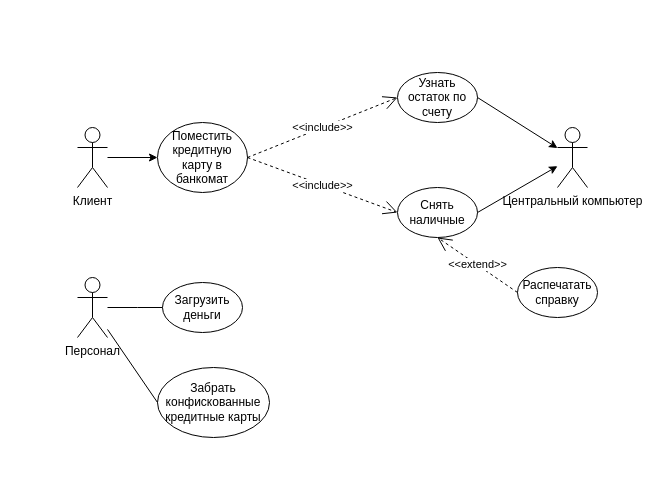
This is проектирование/Банкомат/Работа с банкоматом.drawio from KvoERR/pnrpu-3rd-year, a draw.io file, before an edit. Source tidied: cells renumbered, new cells numbered last; positions are measured from the earlier drawing's top-left corner, leaving out a move shared by most shapes. Both pictures are drawn from the tidied source at 100%, with x=0, y=0 at pixel (77, 72).
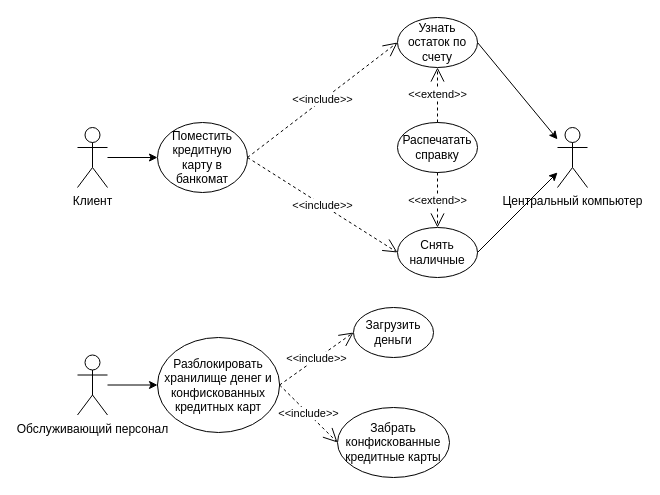
The same diagram, later.

Diff of the diagram source:
```diff
@@
     <mxCell id="3" value="Снять наличные" style="ellipse;whiteSpace=wrap;html=1;" parent="1" vertex="1">
-      <mxGeometry x="320" y="115" width="80" height="50" as="geometry" />
+      <mxGeometry x="320" y="155" width="80" height="50" as="geometry" />
     </mxCell>
     <mxCell id="4" value="Узнать остаток по счету" style="ellipse;whiteSpace=wrap;html=1;" parent="1" vertex="1">
-      <mxGeometry x="320" width="80" height="50" as="geometry" />
+      <mxGeometry x="320" y="-55" width="80" height="50" as="geometry" />
     </mxCell>
@@
     <mxCell id="12" value="Распечатать справку" style="ellipse;whiteSpace=wrap;html=1;" parent="1" vertex="1">
-      <mxGeometry x="440" y="195" width="80" height="50" as="geometry" />
+      <mxGeometry x="320" y="50" width="80" height="50" as="geometry" />
     </mxCell>
-    <mxCell id="13" value="&amp;lt;&amp;lt;extend&amp;gt;&amp;gt;" style="endArrow=open;endSize=12;dashed=1;html=1;rounded=0;entryX=0.5;entryY=1;entryDx=0;entryDy=0;exitX=0;exitY=0.5;exitDx=0;exitDy=0;" parent="1" edge="1" source="12" target="3">
+    <mxCell id="13" value="&amp;lt;&amp;lt;extend&amp;gt;&amp;gt;" style="endArrow=open;endSize=12;dashed=1;html=1;rounded=0;entryX=0.5;entryY=0;entryDx=0;entryDy=0;exitX=0.5;exitY=1;exitDx=0;exitDy=0;" parent="1" edge="1" source="12" target="3">
       <mxGeometry relative="1" as="geometry" />
     </mxCell>
+    <mxCell id="19" style="edgeStyle=orthogonalEdgeStyle;rounded=0;jettySize=auto;html=1;" parent="1" edge="1" source="14" target="21">
+      <mxGeometry relative="1" as="geometry" />
+    </mxCell>
-    <mxCell id="14" value="Персонал" style="shape=umlActor;verticalLabelPosition=bottom;verticalAlign=top;html=1;outlineConnect=0;" parent="1" vertex="1">
-      <mxGeometry y="205" width="30" height="60" as="geometry" />
+    <mxCell id="14" value="Обслуживающий персонал" style="shape=umlActor;verticalLabelPosition=bottom;verticalAlign=top;html=1;outlineConnect=0;" parent="1" vertex="1">
+      <mxGeometry y="282.5" width="30" height="60" as="geometry" />
     </mxCell>
     <mxCell id="15" value="Загрузить деньги" style="ellipse;whiteSpace=wrap;html=1;" parent="1" vertex="1">
-      <mxGeometry x="85" y="210" width="80" height="50" as="geometry" />
+      <mxGeometry x="276" y="235" width="80" height="50" as="geometry" />
     </mxCell>
     <mxCell id="16" value="Забрать конфискованные кредитные карты" style="ellipse;whiteSpace=wrap;html=1;" parent="1" vertex="1">
-      <mxGeometry x="80" y="295" width="112" height="70" as="geometry" />
+      <mxGeometry x="260" y="335" width="112" height="70" as="geometry" />
     </mxCell>
-    <mxCell id="17" style="endArrow=none;html=1;rounded=0;entryX=0;entryY=0.5;entryDx=0;entryDy=0;" parent="1" edge="1" source="14" target="15">
-      <mxGeometry relative="1" as="geometry">
-        <Array as="points">
-          <mxPoint x="60" y="235" />
-        </Array>
-      </mxGeometry>
-    </mxCell>
-    <mxCell id="18" style="endArrow=none;html=1;rounded=0;entryX=0;entryY=0.5;entryDx=0;entryDy=0;" parent="1" edge="1" source="14" target="16">
-      <mxGeometry relative="1" as="geometry" />
-    </mxCell>
+    <mxCell id="20" value="&amp;lt;&amp;lt;extend&amp;gt;&amp;gt;" style="endArrow=open;endSize=12;dashed=1;html=1;rounded=0;entryX=0.5;entryY=1;entryDx=0;entryDy=0;exitX=0.5;exitY=0;exitDx=0;exitDy=0;" parent="1" edge="1" source="12" target="4">
+      <mxGeometry relative="1" as="geometry" />
+    </mxCell>
+    <mxCell id="21" value="Разблокировать хранилище денег и конфискованных кредитных карт" style="ellipse;whiteSpace=wrap;html=1;" parent="1" vertex="1">
+      <mxGeometry x="80" y="265" width="122.1" height="95" as="geometry" />
+    </mxCell>
+    <mxCell id="22" value="&amp;lt;&amp;lt;include&amp;gt;&amp;gt;" style="endArrow=open;endSize=12;dashed=1;html=1;rounded=0;entryX=0;entryY=0.5;entryDx=0;entryDy=0;exitX=1;exitY=0.5;exitDx=0;exitDy=0;" parent="1" edge="1" source="21" target="15">
+      <mxGeometry relative="1" as="geometry" />
+    </mxCell>
+    <mxCell id="23" value="&amp;lt;&amp;lt;include&amp;gt;&amp;gt;" style="endArrow=open;endSize=12;dashed=1;html=1;rounded=0;entryX=0;entryY=0.5;entryDx=0;entryDy=0;exitX=1;exitY=0.5;exitDx=0;exitDy=0;" parent="1" edge="1" source="21" target="16">
+      <mxGeometry relative="1" as="geometry" />
+    </mxCell>
```
